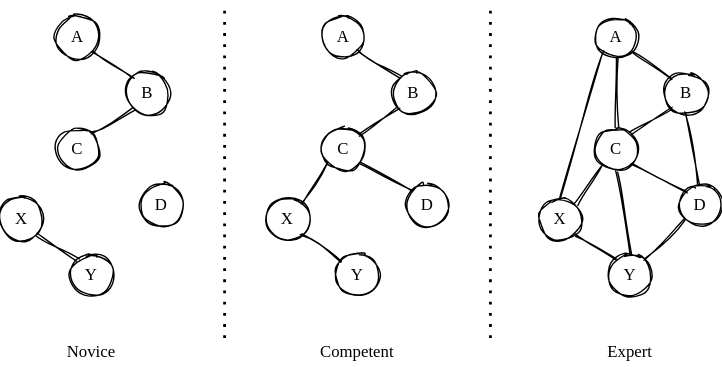
Above: src/thinking/thinking-models.svg in gvwilson/buildtogether.tech (draw.io), before the change. Source tidied: cells renumbered, new cells last; positions are measured from the earlier drawing's top-left corner, leaving out a move shared by most shapes.
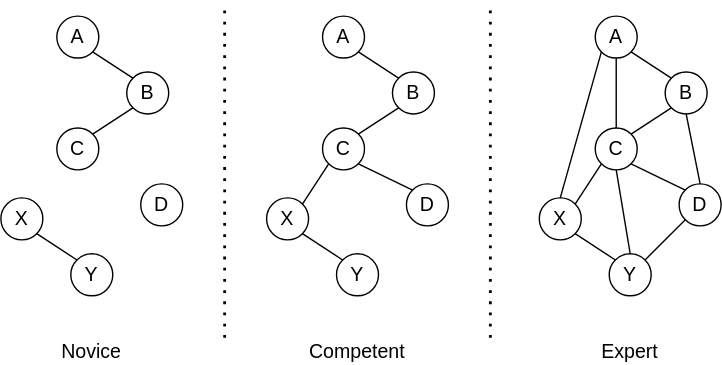
After the commit.

What changed in the source:
```diff
@@ -2,130 +2,130 @@
   <root>
     <mxCell id="0" />
     <mxCell id="1" parent="0" />
-    <mxCell id="2" value="A" style="ellipse;whiteSpace=wrap;html=1;sketch=1;fillColor=none;fontFamily=Comic Sans MS;" parent="1" vertex="1">
+    <mxCell id="2" value="A" style="ellipse;whiteSpace=wrap;html=1;fillColor=none;fontFamily=Helvetica;fontSize=14;" parent="1" vertex="1">
       <mxGeometry x="40" y="10" width="30" height="30" as="geometry" />
     </mxCell>
-    <mxCell id="3" value="B" style="ellipse;whiteSpace=wrap;html=1;sketch=1;fillColor=none;fontFamily=Comic Sans MS;" parent="1" vertex="1">
+    <mxCell id="3" value="B" style="ellipse;whiteSpace=wrap;html=1;fillColor=none;fontFamily=Helvetica;fontSize=14;" parent="1" vertex="1">
       <mxGeometry x="90" y="50" width="30" height="30" as="geometry" />
     </mxCell>
-    <mxCell id="4" value="C" style="ellipse;whiteSpace=wrap;html=1;sketch=1;fillColor=none;fontFamily=Comic Sans MS;" parent="1" vertex="1">
+    <mxCell id="4" value="C" style="ellipse;whiteSpace=wrap;html=1;fillColor=none;fontFamily=Helvetica;fontSize=14;" parent="1" vertex="1">
       <mxGeometry x="40" y="90" width="30" height="30" as="geometry" />
     </mxCell>
-    <mxCell id="5" value="D" style="ellipse;whiteSpace=wrap;html=1;sketch=1;fillColor=none;fontFamily=Comic Sans MS;" parent="1" vertex="1">
+    <mxCell id="5" value="D" style="ellipse;whiteSpace=wrap;html=1;fillColor=none;fontFamily=Helvetica;fontSize=14;" parent="1" vertex="1">
       <mxGeometry x="100" y="130" width="30" height="30" as="geometry" />
     </mxCell>
-    <mxCell id="6" value="X" style="ellipse;whiteSpace=wrap;html=1;sketch=1;fillColor=none;fontFamily=Comic Sans MS;" parent="1" vertex="1">
+    <mxCell id="6" value="X" style="ellipse;whiteSpace=wrap;html=1;fillColor=none;fontFamily=Helvetica;fontSize=14;" parent="1" vertex="1">
       <mxGeometry y="140" width="30" height="30" as="geometry" />
     </mxCell>
-    <mxCell id="7" value="Y" style="ellipse;whiteSpace=wrap;html=1;sketch=1;fillColor=none;fontFamily=Comic Sans MS;" parent="1" vertex="1">
+    <mxCell id="7" value="Y" style="ellipse;whiteSpace=wrap;html=1;fillColor=none;fontFamily=Helvetica;fontSize=14;" parent="1" vertex="1">
       <mxGeometry x="50" y="180" width="30" height="30" as="geometry" />
     </mxCell>
-    <mxCell id="8" style="endArrow=none;html=1;fontFamily=Comic Sans MS;sketch=1;exitX=1;exitY=1;exitDx=0;exitDy=0;entryX=0;entryY=0;entryDx=0;entryDy=0;" parent="1" edge="1" source="2" target="3">
+    <mxCell id="8" style="endArrow=none;html=1;fontFamily=Helvetica;exitX=1;exitY=1;exitDx=0;exitDy=0;entryX=0;entryY=0;entryDx=0;entryDy=0;fontSize=14;" parent="1" edge="1" source="2" target="3">
       <mxGeometry relative="1" as="geometry" />
     </mxCell>
-    <mxCell id="9" style="endArrow=none;html=1;fontFamily=Comic Sans MS;sketch=1;exitX=1;exitY=0;exitDx=0;exitDy=0;entryX=0;entryY=1;entryDx=0;entryDy=0;" parent="1" edge="1" source="4" target="3">
+    <mxCell id="9" style="endArrow=none;html=1;fontFamily=Helvetica;exitX=1;exitY=0;exitDx=0;exitDy=0;entryX=0;entryY=1;entryDx=0;entryDy=0;fontSize=14;" parent="1" edge="1" source="4" target="3">
       <mxGeometry relative="1" as="geometry" />
     </mxCell>
-    <mxCell id="10" style="endArrow=none;html=1;fontFamily=Comic Sans MS;sketch=1;exitX=1;exitY=1;exitDx=0;exitDy=0;entryX=0;entryY=0;entryDx=0;entryDy=0;" parent="1" edge="1" source="6" target="7">
+    <mxCell id="10" style="endArrow=none;html=1;fontFamily=Helvetica;exitX=1;exitY=1;exitDx=0;exitDy=0;entryX=0;entryY=0;entryDx=0;entryDy=0;fontSize=14;" parent="1" edge="1" source="6" target="7">
       <mxGeometry relative="1" as="geometry" />
     </mxCell>
-    <mxCell id="11" value="A" style="ellipse;whiteSpace=wrap;html=1;sketch=1;fillColor=none;fontFamily=Comic Sans MS;" parent="1" vertex="1">
+    <mxCell id="11" value="A" style="ellipse;whiteSpace=wrap;html=1;fillColor=none;fontFamily=Helvetica;fontSize=14;" parent="1" vertex="1">
       <mxGeometry x="230" y="10" width="30" height="30" as="geometry" />
     </mxCell>
-    <mxCell id="12" value="B" style="ellipse;whiteSpace=wrap;html=1;sketch=1;fillColor=none;fontFamily=Comic Sans MS;" parent="1" vertex="1">
+    <mxCell id="12" value="B" style="ellipse;whiteSpace=wrap;html=1;fillColor=none;fontFamily=Helvetica;fontSize=14;" parent="1" vertex="1">
       <mxGeometry x="280" y="50" width="30" height="30" as="geometry" />
     </mxCell>
-    <mxCell id="13" value="C" style="ellipse;whiteSpace=wrap;html=1;sketch=1;fillColor=none;fontFamily=Comic Sans MS;" parent="1" vertex="1">
+    <mxCell id="13" value="C" style="ellipse;whiteSpace=wrap;html=1;fillColor=none;fontFamily=Helvetica;fontSize=14;" parent="1" vertex="1">
       <mxGeometry x="230" y="90" width="30" height="30" as="geometry" />
     </mxCell>
-    <mxCell id="14" value="D" style="ellipse;whiteSpace=wrap;html=1;sketch=1;fillColor=none;fontFamily=Comic Sans MS;" parent="1" vertex="1">
+    <mxCell id="14" value="D" style="ellipse;whiteSpace=wrap;html=1;fillColor=none;fontFamily=Helvetica;fontSize=14;" parent="1" vertex="1">
       <mxGeometry x="290" y="130" width="30" height="30" as="geometry" />
     </mxCell>
-    <mxCell id="15" value="X" style="ellipse;whiteSpace=wrap;html=1;sketch=1;fillColor=none;fontFamily=Comic Sans MS;" parent="1" vertex="1">
+    <mxCell id="15" value="X" style="ellipse;whiteSpace=wrap;html=1;fillColor=none;fontFamily=Helvetica;fontSize=14;" parent="1" vertex="1">
       <mxGeometry x="190" y="140" width="30" height="30" as="geometry" />
     </mxCell>
-    <mxCell id="16" value="Y" style="ellipse;whiteSpace=wrap;html=1;sketch=1;fillColor=none;fontFamily=Comic Sans MS;" parent="1" vertex="1">
+    <mxCell id="16" value="Y" style="ellipse;whiteSpace=wrap;html=1;fillColor=none;fontFamily=Helvetica;fontSize=14;" parent="1" vertex="1">
       <mxGeometry x="240" y="180" width="30" height="30" as="geometry" />
     </mxCell>
-    <mxCell id="17" style="endArrow=none;html=1;fontFamily=Comic Sans MS;sketch=1;exitX=1;exitY=1;exitDx=0;exitDy=0;entryX=0;entryY=0;entryDx=0;entryDy=0;" parent="1" edge="1" source="11" target="12">
+    <mxCell id="17" style="endArrow=none;html=1;fontFamily=Helvetica;exitX=1;exitY=1;exitDx=0;exitDy=0;entryX=0;entryY=0;entryDx=0;entryDy=0;fontSize=14;" parent="1" edge="1" source="11" target="12">
       <mxGeometry relative="1" as="geometry" />
     </mxCell>
-    <mxCell id="18" style="endArrow=none;html=1;fontFamily=Comic Sans MS;sketch=1;exitX=1;exitY=0;exitDx=0;exitDy=0;entryX=0;entryY=1;entryDx=0;entryDy=0;" parent="1" edge="1" source="13" target="12">
+    <mxCell id="18" style="endArrow=none;html=1;fontFamily=Helvetica;exitX=1;exitY=0;exitDx=0;exitDy=0;entryX=0;entryY=1;entryDx=0;entryDy=0;fontSize=14;" parent="1" edge="1" source="13" target="12">
       <mxGeometry relative="1" as="geometry" />
     </mxCell>
-    <mxCell id="19" style="endArrow=none;html=1;fontFamily=Comic Sans MS;sketch=1;exitX=1;exitY=1;exitDx=0;exitDy=0;entryX=0;entryY=0;entryDx=0;entryDy=0;" parent="1" edge="1" source="15" target="16">
+    <mxCell id="19" style="endArrow=none;html=1;fontFamily=Helvetica;exitX=1;exitY=1;exitDx=0;exitDy=0;entryX=0;entryY=0;entryDx=0;entryDy=0;fontSize=14;" parent="1" edge="1" source="15" target="16">
       <mxGeometry relative="1" as="geometry" />
     </mxCell>
-    <mxCell id="20" style="endArrow=none;html=1;fontFamily=Comic Sans MS;sketch=1;exitX=1;exitY=0;exitDx=0;exitDy=0;entryX=0;entryY=1;entryDx=0;entryDy=0;" parent="1" edge="1" source="15" target="13">
+    <mxCell id="20" style="endArrow=none;html=1;fontFamily=Helvetica;exitX=1;exitY=0;exitDx=0;exitDy=0;entryX=0;entryY=1;entryDx=0;entryDy=0;fontSize=14;" parent="1" edge="1" source="15" target="13">
       <mxGeometry relative="1" as="geometry" />
     </mxCell>
-    <mxCell id="21" style="endArrow=none;html=1;fontFamily=Comic Sans MS;sketch=1;exitX=1;exitY=1;exitDx=0;exitDy=0;entryX=0;entryY=0;entryDx=0;entryDy=0;" parent="1" edge="1" source="13" target="14">
+    <mxCell id="21" style="endArrow=none;html=1;fontFamily=Helvetica;exitX=1;exitY=1;exitDx=0;exitDy=0;entryX=0;entryY=0;entryDx=0;entryDy=0;fontSize=14;" parent="1" edge="1" source="13" target="14">
       <mxGeometry relative="1" as="geometry" />
     </mxCell>
-    <mxCell id="22" value="A" style="ellipse;whiteSpace=wrap;html=1;sketch=1;fillColor=none;fontFamily=Comic Sans MS;" parent="1" vertex="1">
+    <mxCell id="22" value="A" style="ellipse;whiteSpace=wrap;html=1;fillColor=none;fontFamily=Helvetica;fontSize=14;" parent="1" vertex="1">
       <mxGeometry x="425" y="10" width="30" height="30" as="geometry" />
     </mxCell>
-    <mxCell id="23" value="B" style="ellipse;whiteSpace=wrap;html=1;sketch=1;fillColor=none;fontFamily=Comic Sans MS;" parent="1" vertex="1">
+    <mxCell id="23" value="B" style="ellipse;whiteSpace=wrap;html=1;fillColor=none;fontFamily=Helvetica;fontSize=14;" parent="1" vertex="1">
       <mxGeometry x="475" y="50" width="30" height="30" as="geometry" />
     </mxCell>
-    <mxCell id="24" value="C" style="ellipse;whiteSpace=wrap;html=1;sketch=1;fillColor=none;fontFamily=Comic Sans MS;" parent="1" vertex="1">
+    <mxCell id="24" value="C" style="ellipse;whiteSpace=wrap;html=1;fillColor=none;fontFamily=Helvetica;fontSize=14;" parent="1" vertex="1">
       <mxGeometry x="425" y="90" width="30" height="30" as="geometry" />
     </mxCell>
-    <mxCell id="25" value="D" style="ellipse;whiteSpace=wrap;html=1;sketch=1;fillColor=none;fontFamily=Comic Sans MS;" parent="1" vertex="1">
+    <mxCell id="25" value="D" style="ellipse;whiteSpace=wrap;html=1;fillColor=none;fontFamily=Helvetica;fontSize=14;" parent="1" vertex="1">
       <mxGeometry x="485" y="130" width="30" height="30" as="geometry" />
     </mxCell>
-    <mxCell id="26" value="X" style="ellipse;whiteSpace=wrap;html=1;sketch=1;fillColor=none;fontFamily=Comic Sans MS;" parent="1" vertex="1">
+    <mxCell id="26" value="X" style="ellipse;whiteSpace=wrap;html=1;fillColor=none;fontFamily=Helvetica;fontSize=14;" parent="1" vertex="1">
       <mxGeometry x="385" y="140" width="30" height="30" as="geometry" />
     </mxCell>
-    <mxCell id="27" value="Y" style="ellipse;whiteSpace=wrap;html=1;sketch=1;fillColor=none;fontFamily=Comic Sans MS;" parent="1" vertex="1">
+    <mxCell id="27" value="Y" style="ellipse;whiteSpace=wrap;html=1;fillColor=none;fontFamily=Helvetica;fontSize=14;" parent="1" vertex="1">
       <mxGeometry x="435" y="180" width="30" height="30" as="geometry" />
     </mxCell>
-    <mxCell id="28" style="endArrow=none;html=1;fontFamily=Comic Sans MS;sketch=1;exitX=1;exitY=1;exitDx=0;exitDy=0;entryX=0;entryY=0;entryDx=0;entryDy=0;" parent="1" edge="1" source="22" target="23">
+    <mxCell id="28" style="endArrow=none;html=1;fontFamily=Helvetica;exitX=1;exitY=1;exitDx=0;exitDy=0;entryX=0;entryY=0;entryDx=0;entryDy=0;fontSize=14;" parent="1" edge="1" source="22" target="23">
       <mxGeometry relative="1" as="geometry" />
     </mxCell>
-    <mxCell id="29" style="endArrow=none;html=1;fontFamily=Comic Sans MS;sketch=1;exitX=1;exitY=0;exitDx=0;exitDy=0;entryX=0;entryY=1;entryDx=0;entryDy=0;" parent="1" edge="1" source="24" target="23">
+    <mxCell id="29" style="endArrow=none;html=1;fontFamily=Helvetica;exitX=1;exitY=0;exitDx=0;exitDy=0;entryX=0;entryY=1;entryDx=0;entryDy=0;fontSize=14;" parent="1" edge="1" source="24" target="23">
       <mxGeometry relative="1" as="geometry" />
     </mxCell>
-    <mxCell id="30" style="endArrow=none;html=1;fontFamily=Comic Sans MS;sketch=1;exitX=1;exitY=1;exitDx=0;exitDy=0;entryX=0;entryY=0;entryDx=0;entryDy=0;" parent="1" edge="1" source="26" target="27">
+    <mxCell id="30" style="endArrow=none;html=1;fontFamily=Helvetica;exitX=1;exitY=1;exitDx=0;exitDy=0;entryX=0;entryY=0;entryDx=0;entryDy=0;fontSize=14;" parent="1" edge="1" source="26" target="27">
       <mxGeometry relative="1" as="geometry" />
     </mxCell>
-    <mxCell id="31" style="endArrow=none;html=1;fontFamily=Comic Sans MS;sketch=1;exitX=1;exitY=0;exitDx=0;exitDy=0;entryX=0;entryY=1;entryDx=0;entryDy=0;" parent="1" edge="1" source="26" target="24">
+    <mxCell id="31" style="endArrow=none;html=1;fontFamily=Helvetica;exitX=1;exitY=0;exitDx=0;exitDy=0;entryX=0;entryY=1;entryDx=0;entryDy=0;fontSize=14;" parent="1" edge="1" source="26" target="24">
       <mxGeometry relative="1" as="geometry" />
     </mxCell>
-    <mxCell id="32" style="endArrow=none;html=1;fontFamily=Comic Sans MS;sketch=1;exitX=1;exitY=1;exitDx=0;exitDy=0;entryX=0;entryY=0;entryDx=0;entryDy=0;" parent="1" edge="1" source="24" target="25">
+    <mxCell id="32" style="endArrow=none;html=1;fontFamily=Helvetica;exitX=1;exitY=1;exitDx=0;exitDy=0;entryX=0;entryY=0;entryDx=0;entryDy=0;fontSize=14;" parent="1" edge="1" source="24" target="25">
       <mxGeometry relative="1" as="geometry" />
     </mxCell>
-    <mxCell id="33" style="endArrow=none;html=1;fontFamily=Comic Sans MS;sketch=1;exitX=0.5;exitY=1;exitDx=0;exitDy=0;entryX=0.5;entryY=0;entryDx=0;entryDy=0;" parent="1" edge="1" source="22" target="24">
+    <mxCell id="33" style="endArrow=none;html=1;fontFamily=Helvetica;exitX=0.5;exitY=1;exitDx=0;exitDy=0;entryX=0.5;entryY=0;entryDx=0;entryDy=0;fontSize=14;" parent="1" edge="1" source="22" target="24">
       <mxGeometry relative="1" as="geometry" />
     </mxCell>
-    <mxCell id="34" style="endArrow=none;html=1;fontFamily=Comic Sans MS;sketch=1;exitX=0.5;exitY=1;exitDx=0;exitDy=0;entryX=0.5;entryY=0;entryDx=0;entryDy=0;" parent="1" edge="1" source="23" target="25">
+    <mxCell id="34" style="endArrow=none;html=1;fontFamily=Helvetica;exitX=0.5;exitY=1;exitDx=0;exitDy=0;entryX=0.5;entryY=0;entryDx=0;entryDy=0;fontSize=14;" parent="1" edge="1" source="23" target="25">
       <mxGeometry relative="1" as="geometry" />
     </mxCell>
-    <mxCell id="35" style="endArrow=none;html=1;fontFamily=Comic Sans MS;sketch=1;exitX=0;exitY=1;exitDx=0;exitDy=0;entryX=1;entryY=0;entryDx=0;entryDy=0;" parent="1" edge="1" source="25" target="27">
+    <mxCell id="35" style="endArrow=none;html=1;fontFamily=Helvetica;exitX=0;exitY=1;exitDx=0;exitDy=0;entryX=1;entryY=0;entryDx=0;entryDy=0;fontSize=14;" parent="1" edge="1" source="25" target="27">
       <mxGeometry relative="1" as="geometry" />
     </mxCell>
-    <mxCell id="36" style="endArrow=none;html=1;fontFamily=Comic Sans MS;sketch=1;exitX=0;exitY=1;exitDx=0;exitDy=0;entryX=0.5;entryY=0;entryDx=0;entryDy=0;" parent="1" edge="1" source="22" target="26">
+    <mxCell id="36" style="endArrow=none;html=1;fontFamily=Helvetica;exitX=0;exitY=1;exitDx=0;exitDy=0;entryX=0.5;entryY=0;entryDx=0;entryDy=0;fontSize=14;" parent="1" edge="1" source="22" target="26">
       <mxGeometry relative="1" as="geometry" />
     </mxCell>
-    <mxCell id="37" style="endArrow=none;html=1;fontFamily=Comic Sans MS;sketch=1;exitX=0.5;exitY=1;exitDx=0;exitDy=0;entryX=0.5;entryY=0;entryDx=0;entryDy=0;" parent="1" edge="1" source="24" target="27">
+    <mxCell id="37" style="endArrow=none;html=1;fontFamily=Helvetica;exitX=0.5;exitY=1;exitDx=0;exitDy=0;entryX=0.5;entryY=0;entryDx=0;entryDy=0;fontSize=14;" parent="1" edge="1" source="24" target="27">
       <mxGeometry relative="1" as="geometry" />
     </mxCell>
-    <mxCell id="38" value="Novice" style="text;html=1;strokeColor=none;fillColor=none;align=center;verticalAlign=middle;whiteSpace=wrap;rounded=0;sketch=1;fontFamily=Comic Sans MS;" parent="1" vertex="1">
+    <mxCell id="38" value="Novice" style="text;html=1;strokeColor=none;fillColor=none;align=center;verticalAlign=middle;whiteSpace=wrap;rounded=0;fontFamily=Helvetica;fontSize=14;" parent="1" vertex="1">
       <mxGeometry y="240" width="130" height="20" as="geometry" />
     </mxCell>
-    <mxCell id="39" value="Competent" style="text;html=1;strokeColor=none;fillColor=none;align=center;verticalAlign=middle;whiteSpace=wrap;rounded=0;sketch=1;fontFamily=Comic Sans MS;" parent="1" vertex="1">
+    <mxCell id="39" value="Competent" style="text;html=1;strokeColor=none;fillColor=none;align=center;verticalAlign=middle;whiteSpace=wrap;rounded=0;fontFamily=Helvetica;fontSize=14;" parent="1" vertex="1">
       <mxGeometry x="190" y="240" width="130" height="20" as="geometry" />
     </mxCell>
-    <mxCell id="40" value="Expert" style="text;html=1;strokeColor=none;fillColor=none;align=center;verticalAlign=middle;whiteSpace=wrap;rounded=0;sketch=1;fontFamily=Comic Sans MS;" parent="1" vertex="1">
+    <mxCell id="40" value="Expert" style="text;html=1;strokeColor=none;fillColor=none;align=center;verticalAlign=middle;whiteSpace=wrap;rounded=0;fontFamily=Helvetica;fontSize=14;" parent="1" vertex="1">
       <mxGeometry x="385" y="240" width="130" height="20" as="geometry" />
     </mxCell>
-    <mxCell id="41" style="endArrow=none;dashed=1;html=1;dashPattern=1 3;strokeWidth=2;fontFamily=Comic Sans MS;" parent="1" edge="1">
+    <mxCell id="41" style="endArrow=none;dashed=1;html=1;dashPattern=1 3;strokeWidth=2;fontFamily=Helvetica;fontSize=14;" parent="1" edge="1">
       <mxGeometry relative="1" as="geometry">
         <mxPoint x="160" y="240" as="sourcePoint" />
         <mxPoint x="160" as="targetPoint" />
       </mxGeometry>
     </mxCell>
-    <mxCell id="42" style="endArrow=none;dashed=1;html=1;dashPattern=1 3;strokeWidth=2;fontFamily=Comic Sans MS;" parent="1" edge="1">
+    <mxCell id="42" style="endArrow=none;dashed=1;html=1;dashPattern=1 3;strokeWidth=2;fontFamily=Helvetica;fontSize=14;" parent="1" edge="1">
       <mxGeometry relative="1" as="geometry">
         <mxPoint x="350" y="240" as="sourcePoint" />
         <mxPoint x="350" as="targetPoint" />
```
